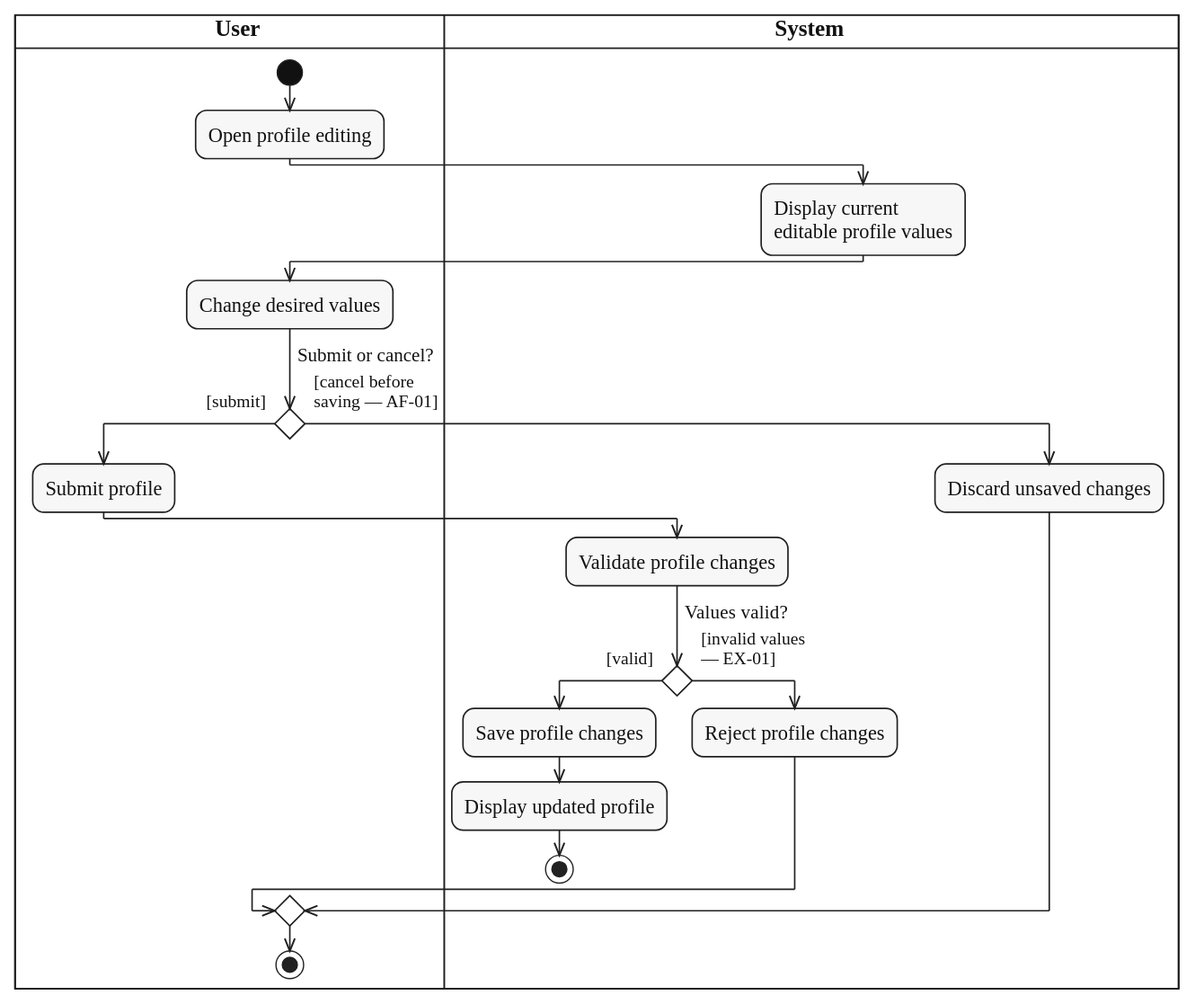
Before: diagrams/activity/account-authentication/svg/UC-PROFILE-UPDATE.svg, a diagram exported from PlantUML (lukenab/swd392-doc-automation). Its source is kept beside it as diagrams/activity/account-authentication/source/UC-PROFILE-UPDATE.puml.
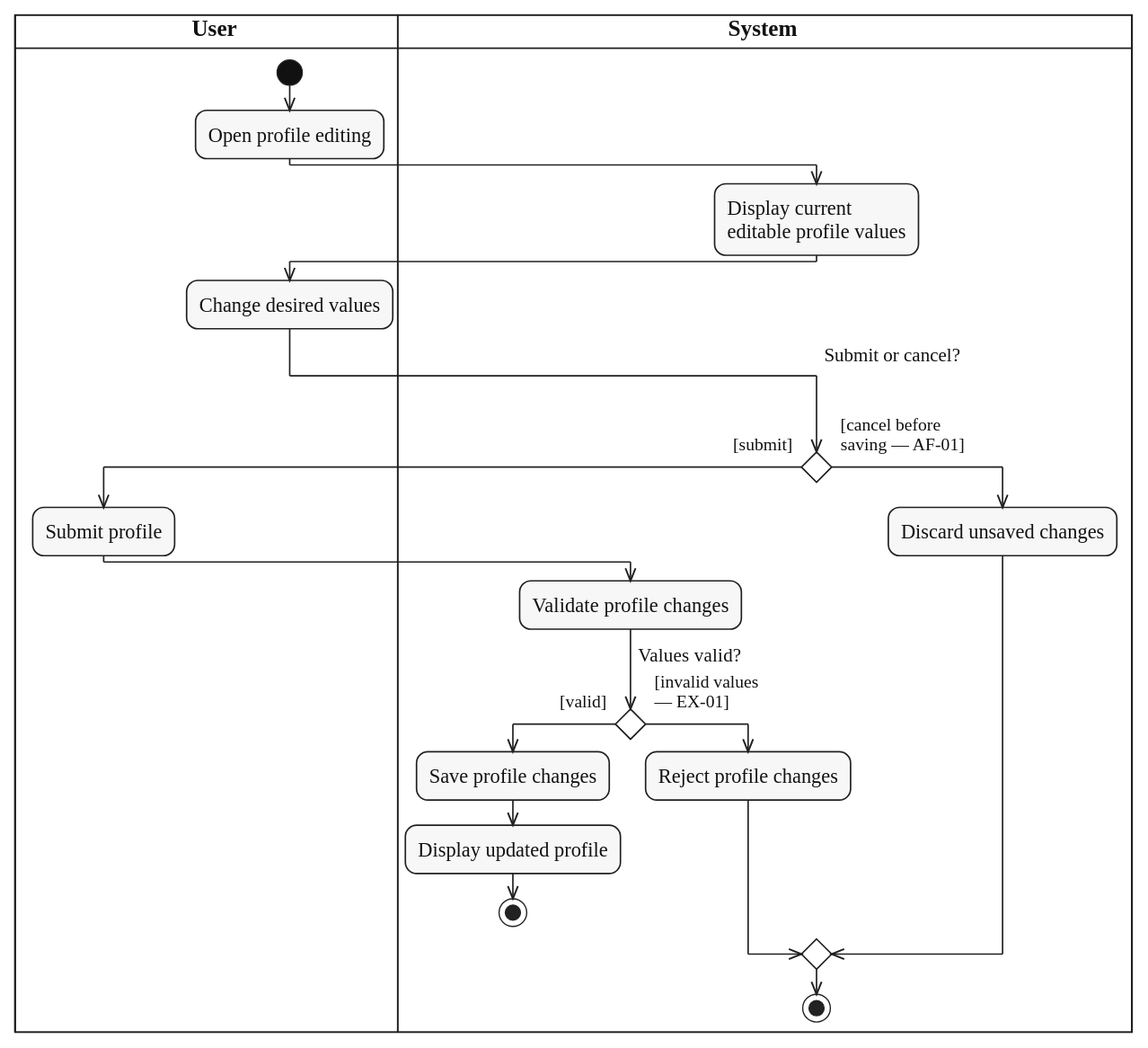
Later version of the same file.

What changed in the source:
```diff
@@ -11,7 +11,9 @@
 editable profile values;
 |USR|
 :Change desired values;
-if ($question("Submit or cancel?")) then ($guard_left("[submit]"))
+|SYS|
+if ($question_x("Submit or cancel?")) then ($guard_left("[submit]"))
+  |USR|
   :Submit profile;
   |SYS|
   :Validate profile changes;
@@ -26,6 +28,6 @@
   |SYS|
   :Discard unsaved changes;
 endif
-|USR|
+|SYS|
 stop
 @enduml
```
